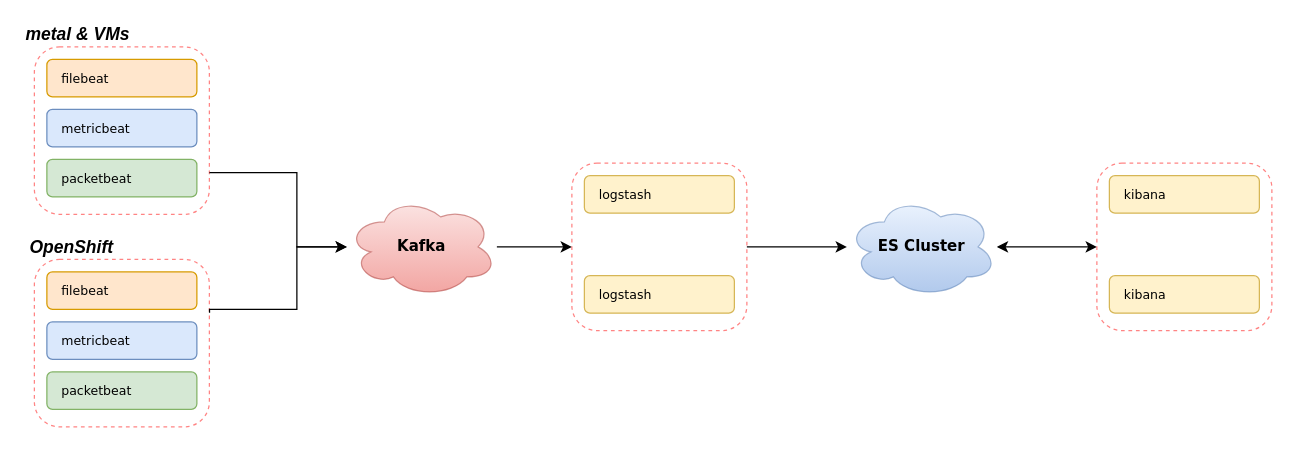
slmingol/diagram_assets keeps this draw.io diagram as architecture/belk_kafka_k8s.drawio. Above is the earlier version. Source tidied: cells renumbered, new cells numbered last; positions are measured from the earlier drawing's top-left corner, leaving out a move shared by most shapes. Both pictures are drawn from the tidied source at 125%, with x=0, y=0 at pixel (21, 21).
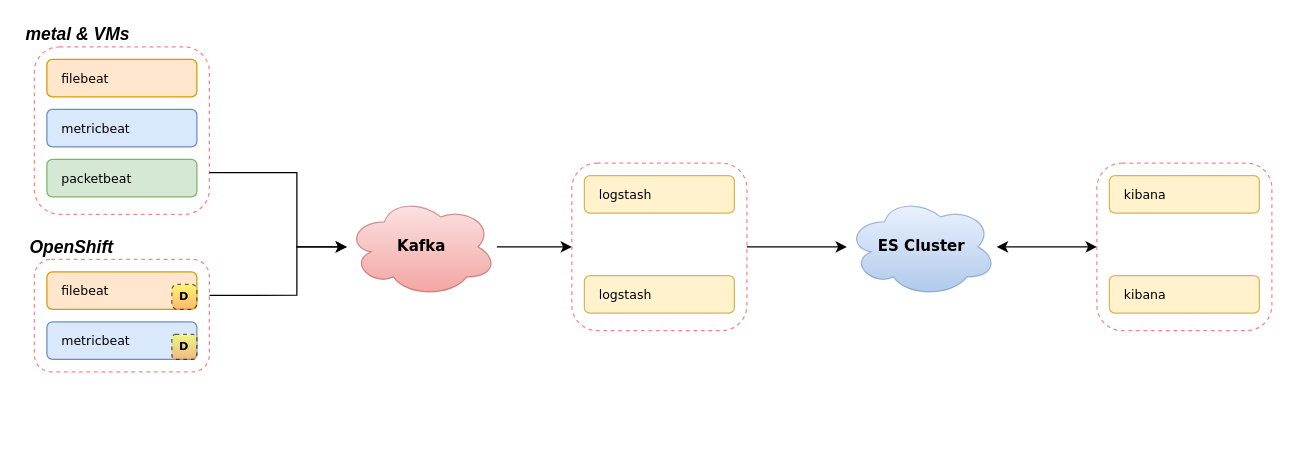
After the change.

Unchanged cells that the change refers to:
```xml
<mxCell id="3" value="&lt;div style=&quot;text-align: center; font-size: 12px;&quot;&gt;&lt;span style=&quot;font-size: 12px;&quot;&gt;Kafka&lt;/span&gt;&lt;/div&gt;" style="ellipse;shape=cloud;whiteSpace=wrap;html=1;rounded=0;strokeColor=#b85450;strokeWidth=1;fillColor=#f8cecc;gradientColor=#ea6b66;fontFamily=Verdana;fontSize=12;opacity=60;align=center;fontStyle=1;" parent="1" vertex="1">
  <mxGeometry x="260" y="140" width="120" height="80" as="geometry" />
</mxCell>
<mxCell id="23" style="group;" parent="1" vertex="1">
  <mxGeometry x="10" y="190" width="140" height="134" as="geometry" />
</mxCell>
```

Change to the diagram source:
```diff
@@
     <mxCell id="24" style="rounded=1;whiteSpace=wrap;html=1;strokeColor=#FF3333;strokeWidth=1;fillColor=none;fontFamily=Verdana;fontSize=10;opacity=60;align=left;dashed=1;" parent="23" vertex="1">
-      <mxGeometry width="140" height="134" as="geometry" />
+      <mxGeometry width="140" height="90" as="geometry" />
     </mxCell>
@@
-    <mxCell id="27" value="packetbeat" style="rounded=1;whiteSpace=wrap;html=1;strokeColor=#82b366;strokeWidth=1;fillColor=#d5e8d4;fontFamily=Verdana;fontSize=10;align=left;spacingLeft=10;" parent="23" vertex="1">
-      <mxGeometry x="10" y="90" width="120" height="30" as="geometry" />
-    </mxCell>
+    <mxCell id="31" value="D" style="rounded=1;whiteSpace=wrap;html=1;fontSize=9;fontStyle=1;gradientColor=#FF9933;fillColor=#FFFF33;fontFamily=Verdana;dashed=1;opacity=60;arcSize=22;" parent="23" vertex="1">
+      <mxGeometry x="110" y="20" width="20" height="20" as="geometry" />
+    </mxCell>
+    <mxCell id="32" value="D" style="rounded=1;whiteSpace=wrap;html=1;fontSize=9;fontStyle=1;gradientColor=#FF9933;fillColor=#FFFF33;fontFamily=Verdana;dashed=1;opacity=60;" parent="23" vertex="1">
+      <mxGeometry x="110" y="60" width="20" height="20" as="geometry" />
+    </mxCell>
+    <mxCell id="33" style="edgeStyle=orthogonalEdgeStyle;rounded=0;orthogonalLoop=1;jettySize=auto;html=1;exitX=0.5;exitY=1;exitDx=0;exitDy=0;startArrow=none;startFill=0;fontSize=14;" parent="23" edge="1" source="24" target="24">
+      <mxGeometry relative="1" as="geometry" />
+    </mxCell>
     <mxCell id="28" style="edgeStyle=orthogonalEdgeStyle;rounded=0;jettySize=auto;html=1;startArrow=none;startFill=0;exitX=1.001;exitY=0.319;exitDx=0;exitDy=0;exitPerimeter=0;" parent="1" edge="1" source="24" target="3">
       <mxGeometry relative="1" as="geometry">
         <Array as="points">
-          <mxPoint x="150" y="230" />
-          <mxPoint x="220" y="230" />
+          <mxPoint x="220" y="219" />
           <mxPoint x="220" y="180" />
         </Array>
       </mxGeometry>
     </mxCell>
```
